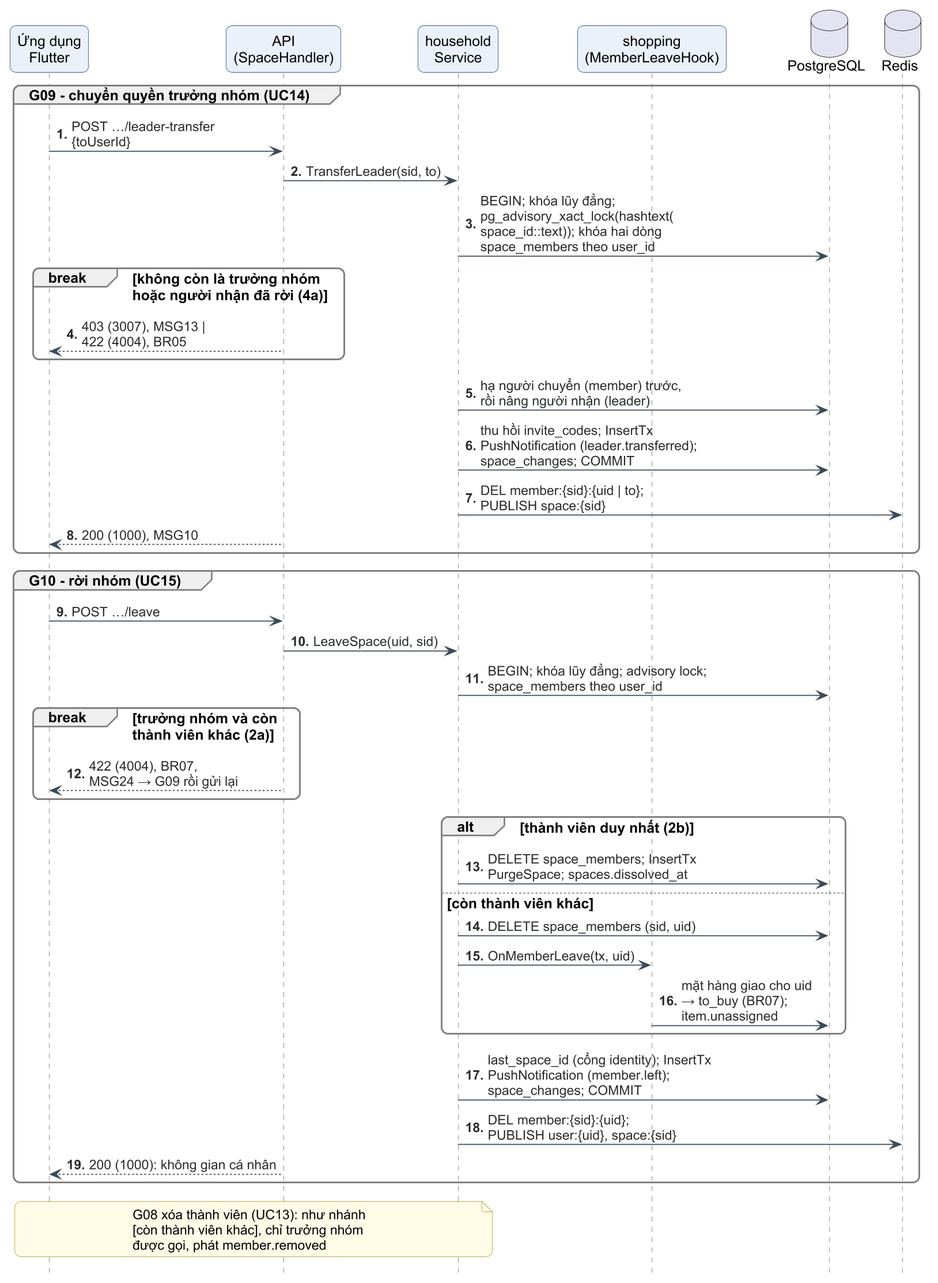
Before: figures/diagrams/c3-36-seq-roi-nhom-chuyen-quyen.png, a diagram exported from PlantUML (PhucNguyen204/report-project).
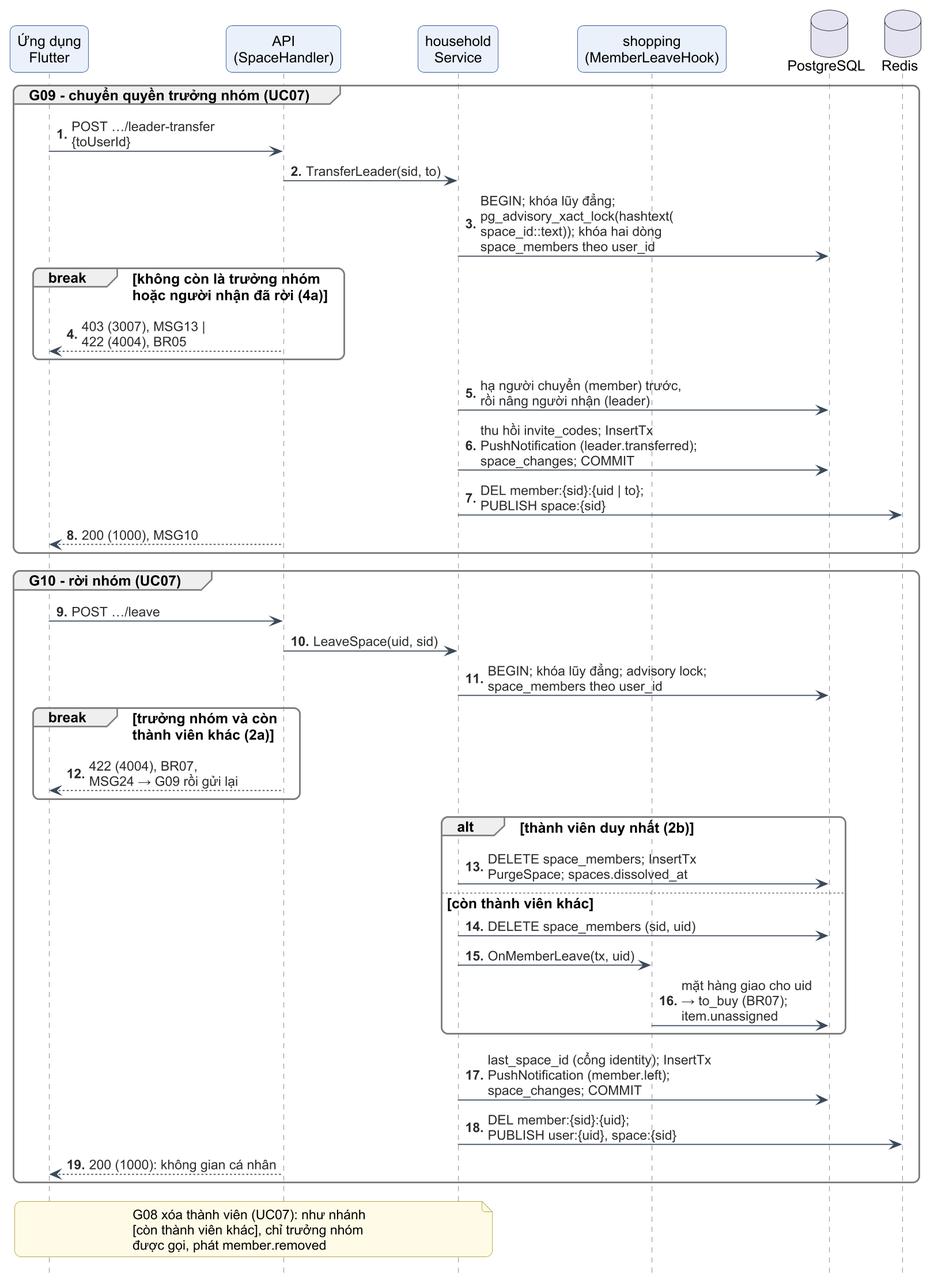
The same diagram one commit later.

The edit, as a diff of the source:
```diff
@@ -10,7 +10,7 @@
 database "PostgreSQL" as PG
 database "Redis" as RD
 
-group G09 - chuyển quyền trưởng nhóm (UC14)
+group G09 - chuyển quyền trưởng nhóm (UC07)
   APP -> API : POST …/leader-transfer\n{toUserId}
   API -> SVC : TransferLeader(sid, to)
   SVC -> PG : BEGIN; khóa lũy đẳng;\npg_advisory_xact_lock(hashtext(\nspace_id::text)); khóa hai dòng\nspace_members theo user_id
@@ -23,7 +23,7 @@
   API --> APP : 200 (1000), MSG10
 end
 
-group G10 - rời nhóm (UC15)
+group G10 - rời nhóm (UC07)
   APP -> API : POST …/leave
   API -> SVC : LeaveSpace(uid, sid)
   SVC -> PG : BEGIN; khóa lũy đẳng; advisory lock;\nspace_members theo user_id
@@ -41,5 +41,5 @@
   SVC -> RD : DEL member:{sid}:{uid};\nPUBLISH user:{uid}, space:{sid}
   API --> APP : 200 (1000): không gian cá nhân
 end
-note over APP, SVC : G08 xóa thành viên (UC13): như nhánh\n[còn thành viên khác], chỉ trưởng nhóm\nđược gọi, phát member.removed
+note over APP, SVC : G08 xóa thành viên (UC07): như nhánh\n[còn thành viên khác], chỉ trưởng nhóm\nđược gọi, phát member.removed
 @enduml
```
